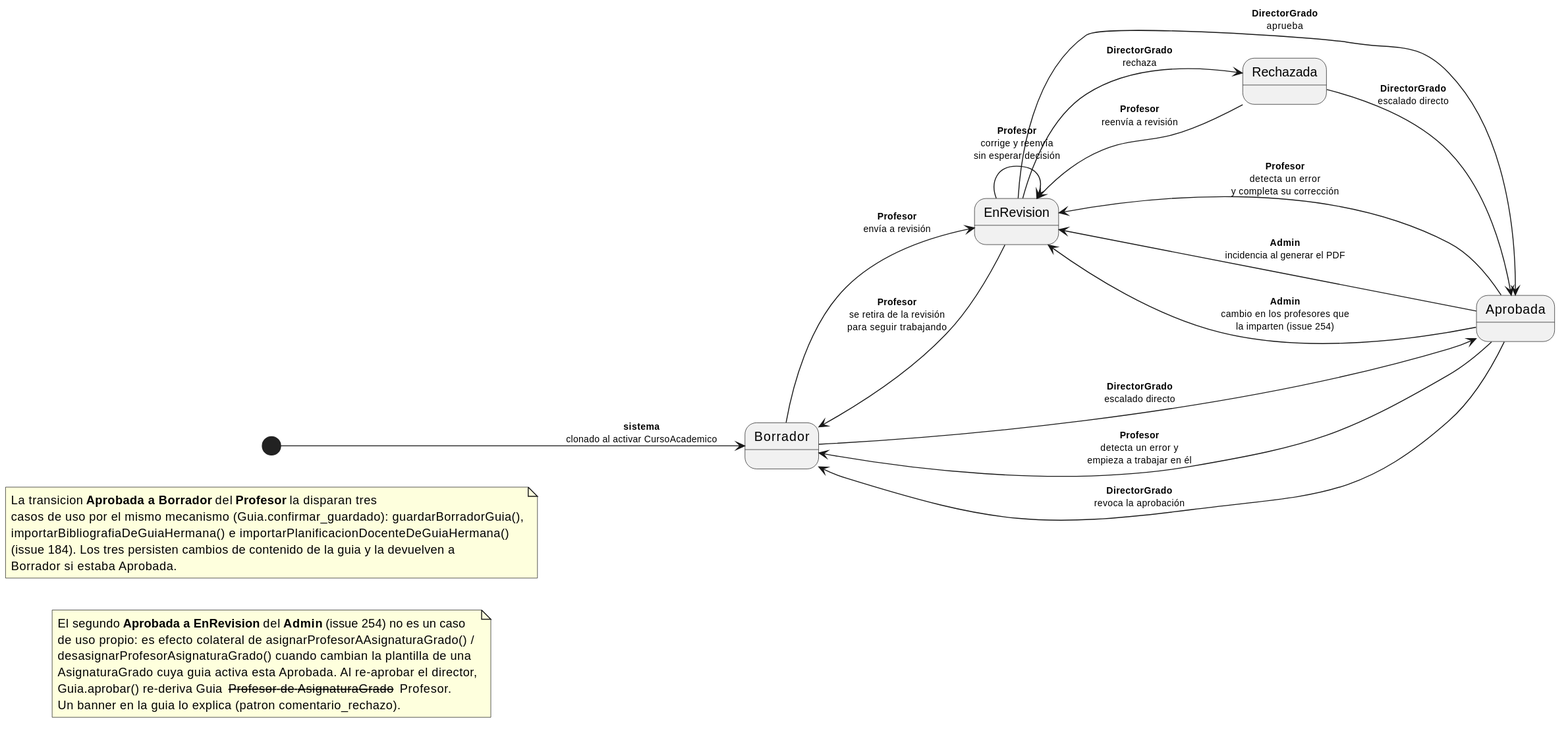
Before: images/RUP/00-modelo-del-dominio/estados-entidades/guia.svg, a diagram exported from PlantUML (mmasias/pyCeldaPublico).
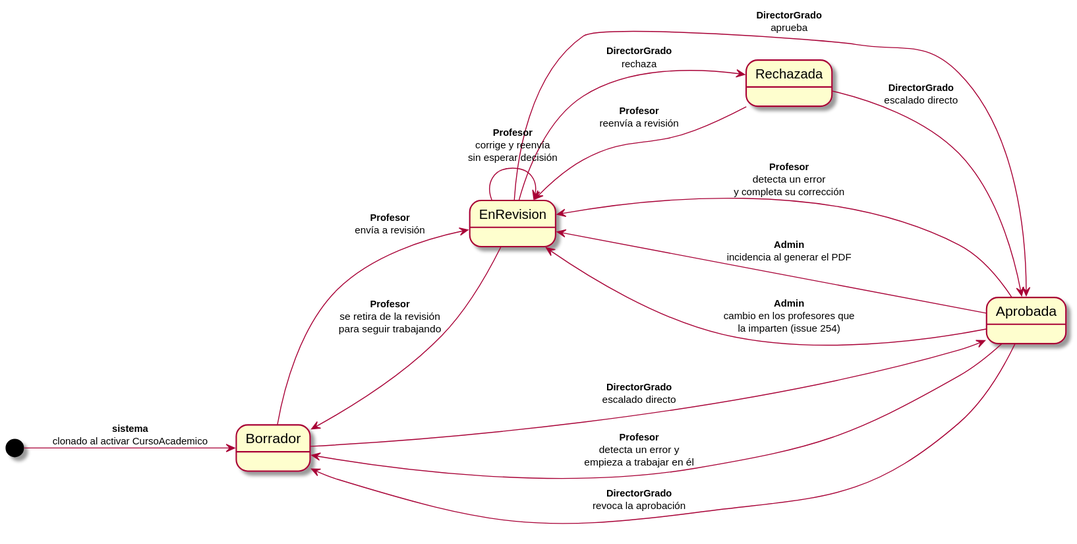
The same diagram one commit later.

The edit, as a diff of the source:
```diff
@@ -1,4 +1,5 @@
-@startuml
+@startuml guia
+
 left to right direction
 
 [*] --> Borrador : <sub><b>sistema</b></sub>\n<sub>clonado al activar CursoAcademico</sub>
@@ -21,20 +22,4 @@
 Aprobada --> EnRevision : <sub><b>Admin</b></sub>\n<sub>incidencia al generar el PDF</sub>
 Aprobada --> EnRevision : <sub><b>Admin</b></sub>\n<sub>cambio en los profesores que</sub>\n<sub>la imparten (issue 254)</sub>
 
-note as N2
-  El segundo <b>Aprobada a EnRevision</b> del <b>Admin</b> (issue 254) no es un caso
-  de uso propio: es efecto colateral de asignarProfesorAAsignaturaGrado() /
-  desasignarProfesorAsignaturaGrado() cuando cambian la plantilla de una
-  AsignaturaGrado cuya guia activa esta Aprobada. Al re-aprobar el director,
-  Guia.aprobar() re-deriva Guia -- Profesor de AsignaturaGrado -- Profesor.
-  Un banner en la guia lo explica (patron comentario_rechazo).
-end note
-
-note as N1
-  La transicion <b>Aprobada a Borrador</b> del <b>Profesor</b> la disparan tres
-  casos de uso por el mismo mecanismo (Guia.confirmar_guardado): guardarBorradorGuia(),
-  importarBibliografiaDeGuiaHermana() e importarPlanificacionDocenteDeGuiaHermana()
-  (issue 184). Los tres persisten cambios de contenido de la guia y la devuelven a
-  Borrador si estaba Aprobada.
-end note
 @enduml
```
